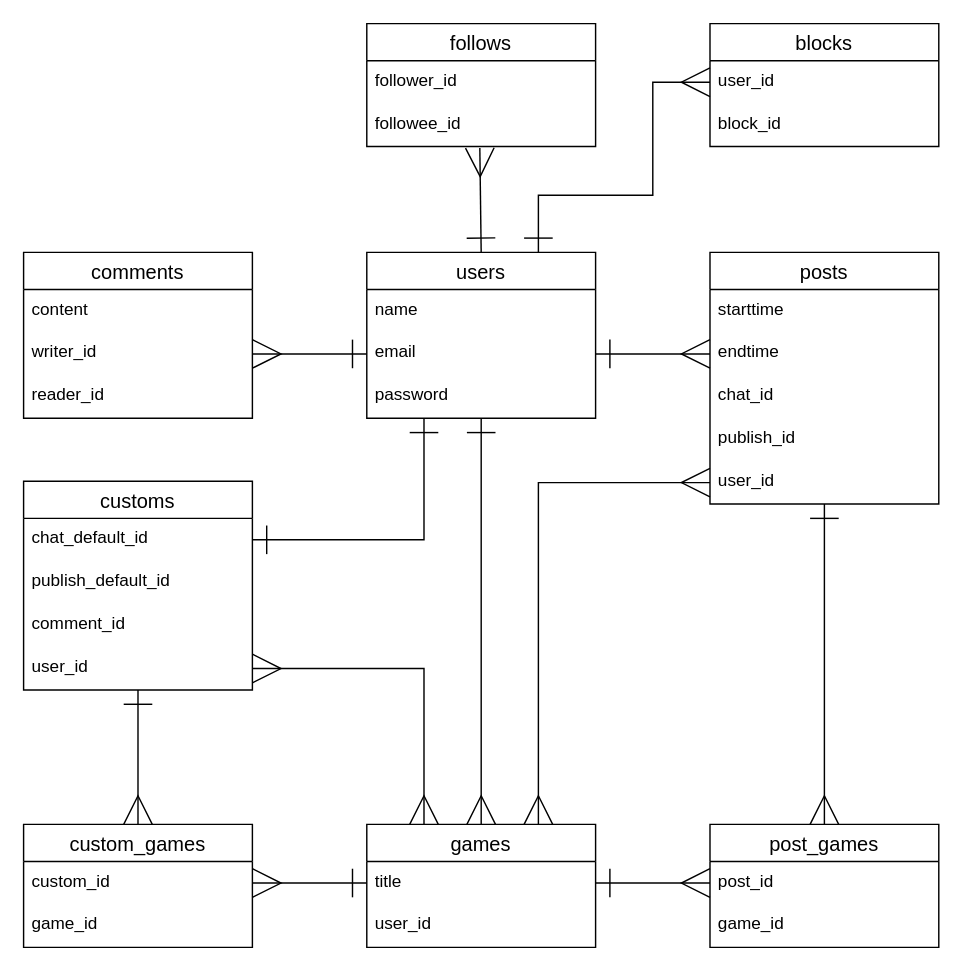
The draw.io diagram ER図.dio in IseUtoshi/YURUBO, before the edit. Source tidied: cells renumbered, new cells numbered last; positions are measured from the earlier drawing's top-left corner, leaving out a move shared by most shapes. Both pictures are drawn from the tidied source at 143%, with x=0, y=0 at pixel (23, 23).
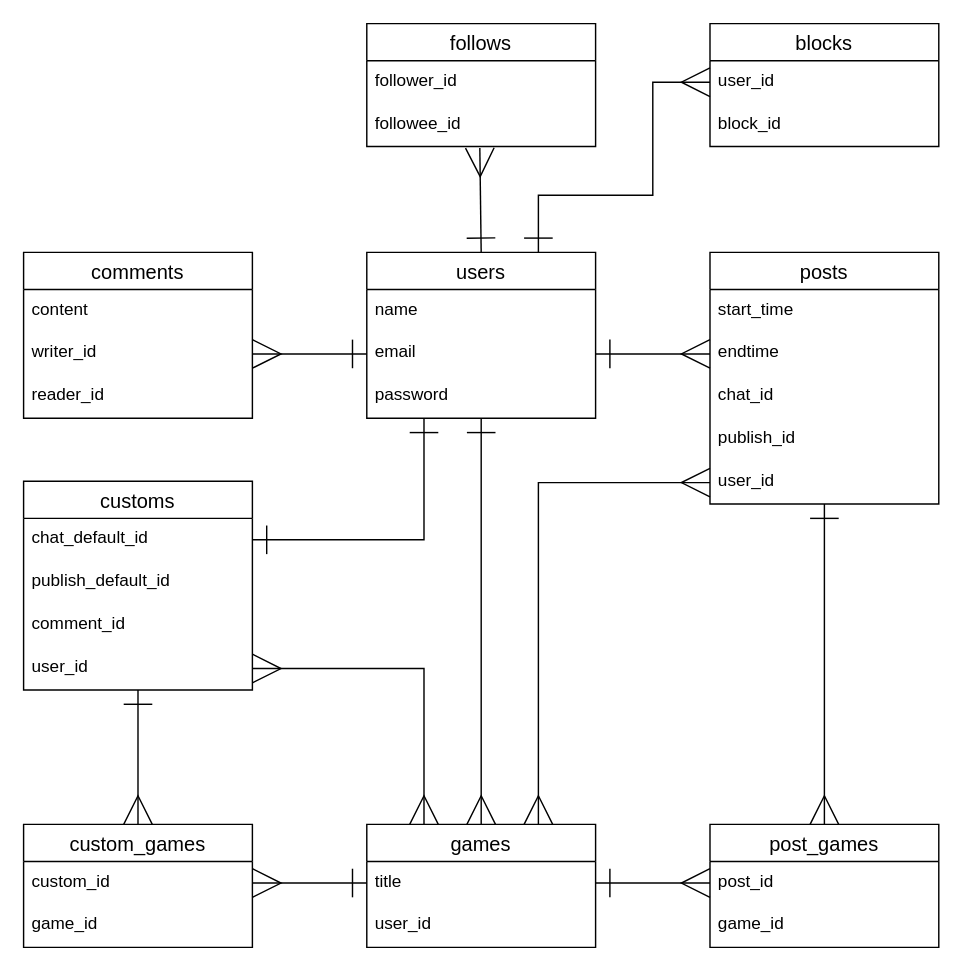
Above is the later version.

The change refers to these unchanged cells:
```xml
<mxCell id="22" value="posts" style="swimlane;fontStyle=0;horizontal=1;startSize=26;align=center;fontSize=14;" parent="1" vertex="1">
  <mxGeometry x="480" y="160" width="160" height="176" as="geometry" />
</mxCell>
```

What changed in the source:
```diff
@@
-    <mxCell id="23" value="starttime" style="text;strokeColor=none;fillColor=none;spacingLeft=4;spacingRight=4;overflow=hidden;fontSize=12;" parent="22" vertex="1">
+    <mxCell id="23" value="start_time" style="text;strokeColor=none;fillColor=none;spacingLeft=4;spacingRight=4;overflow=hidden;fontSize=12;" parent="22" vertex="1">
       <mxGeometry y="26" width="160" height="30" as="geometry" />
     </mxCell>
```
